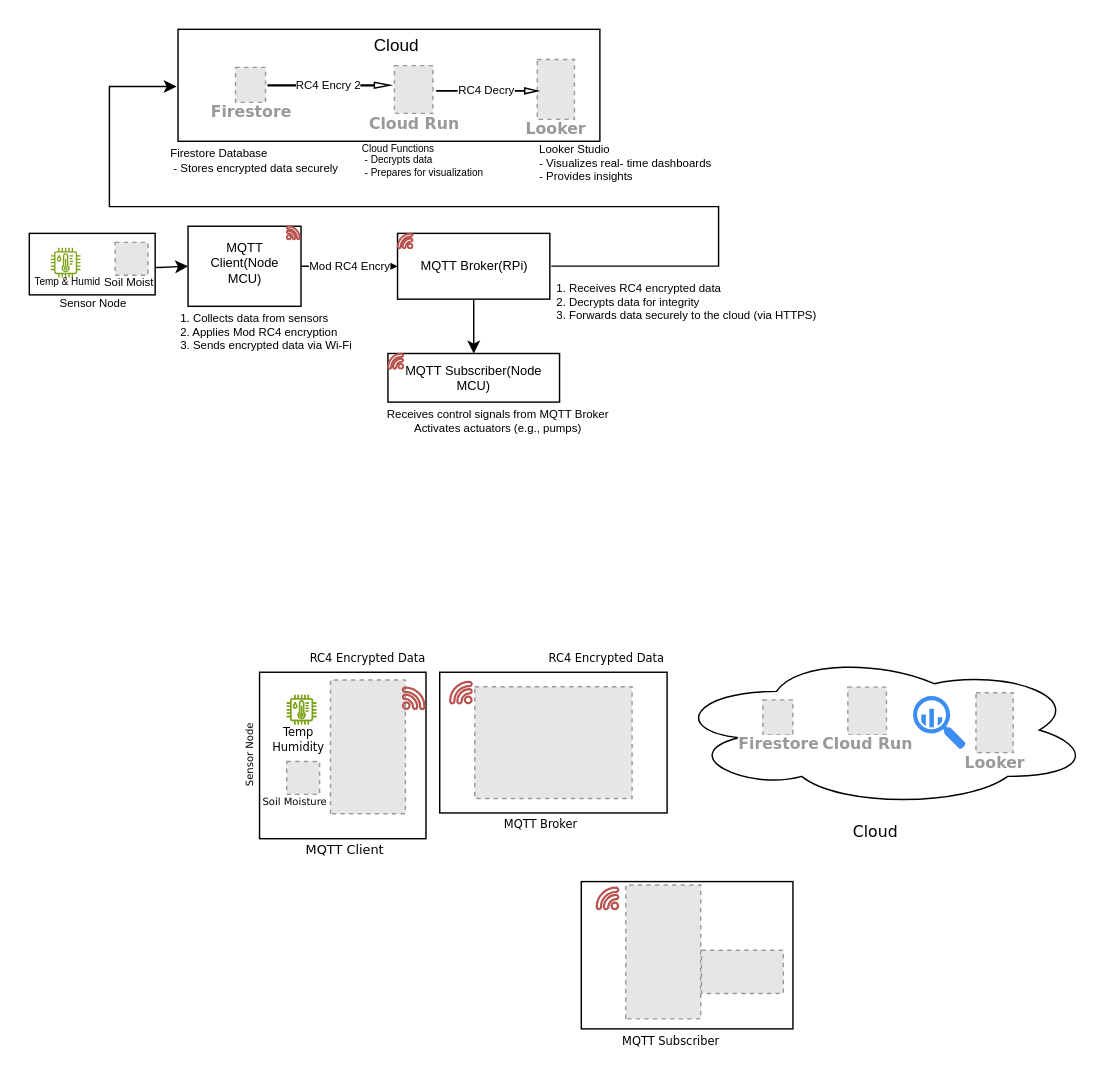
Before: docs/Agri_IoT_Architecture.drawio in vinodkumar1947/IoT_Agri, a draw.io diagram. Source tidied: cells renumbered, new cells numbered last; positions are measured from the earlier drawing's top-left corner, leaving out a move shared by most shapes. Both pictures are drawn from the tidied source at 143%, with x=0, y=0 at pixel (24, 24). Pictures stored in the file or linked from it are replaced by grey dashed boxes.
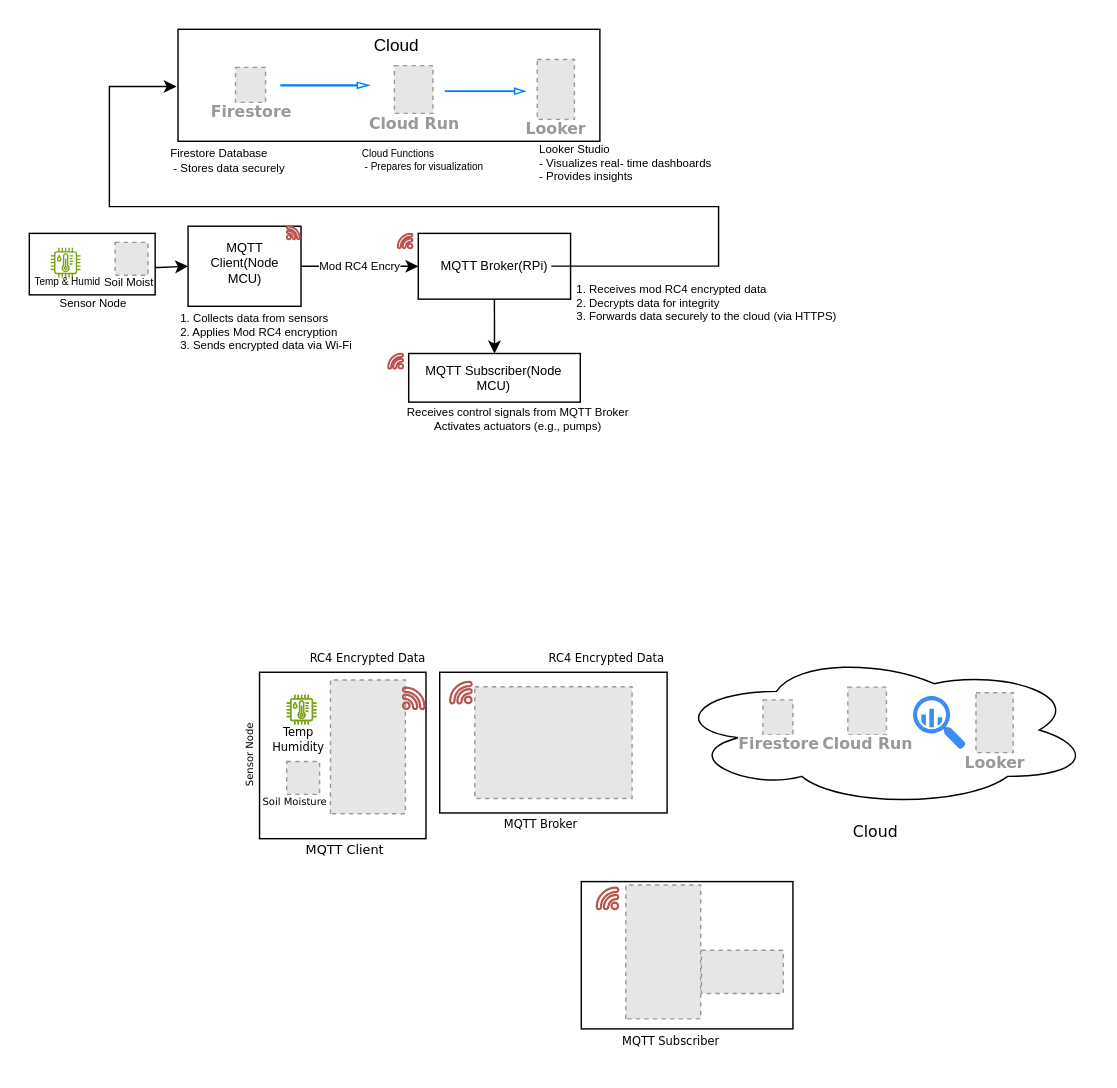
The same page after the edit.

What changed in the source:
```diff
@@
     <mxCell id="43" value="MQTT Broker(RPi)" style="rounded=0;whiteSpace=wrap;html=1;align=center;verticalAlign=middle;fontFamily=Helvetica;fontSize=9;fontColor=default;fillColor=none;gradientColor=none;" parent="1" vertex="1">
-      <mxGeometry x="260.5" y="145.7" width="106.5" height="46" as="geometry" />
+      <mxGeometry x="275" y="145.7" width="106.5" height="46" as="geometry" />
     </mxCell>
     <mxCell id="44" value="MQTT Subscriber(Node MCU)" style="rounded=0;whiteSpace=wrap;html=1;align=center;verticalAlign=middle;fontFamily=Helvetica;fontSize=9;fontColor=default;fillColor=none;gradientColor=none;" parent="1" vertex="1">
-      <mxGeometry x="253.8" y="229.7" width="120" height="34" as="geometry" />
+      <mxGeometry x="268.3" y="229.7" width="120" height="34" as="geometry" />
     </mxCell>
@@
-    <mxCell id="48" value="RC4 Encry 2" style="shape=singleArrow;whiteSpace=wrap;html=1;rounded=0;align=center;verticalAlign=middle;fontFamily=Helvetica;fontSize=8;fontColor=default;labelBackgroundColor=default;fillColor=none;gradientColor=none;arrowWidth=0.1252258248549967;arrowSize=0.12579185520361977;" parent="1" vertex="1">
-      <mxGeometry x="170" y="40.1" width="85" height="4.1" as="geometry" />
+    <mxCell id="48" style="shape=singleArrow;whiteSpace=wrap;html=1;rounded=0;align=center;verticalAlign=middle;fontFamily=Helvetica;fontSize=8;fontColor=default;labelBackgroundColor=default;fillColor=none;gradientColor=none;arrowWidth=0.1252258248549967;arrowSize=0.12579185520361977;strokeColor=light-dark(#007FFF,#FFFFFF);" parent="1" vertex="1">
+      <mxGeometry x="179" y="40.1" width="61" height="4.1" as="geometry" />
     </mxCell>
-    <mxCell id="49" value="RC4 Decry" style="shape=singleArrow;whiteSpace=wrap;html=1;rounded=0;align=center;verticalAlign=middle;fontFamily=Helvetica;fontSize=8;fontColor=default;labelBackgroundColor=default;fillColor=none;gradientColor=none;arrowWidth=0.08358974358974673;arrowSize=0.12471128263602403;" parent="1" vertex="1">
-      <mxGeometry x="288" y="44" width="70.2" height="4.1" as="geometry" />
+    <mxCell id="49" style="shape=singleArrow;whiteSpace=wrap;html=1;rounded=0;align=center;verticalAlign=middle;fontFamily=Helvetica;fontSize=8;fontColor=default;labelBackgroundColor=default;fillColor=none;gradientColor=none;arrowWidth=0.08358974358974673;arrowSize=0.12471128263602403;strokeColor=light-dark(#007FFF,#FFFFFF);" parent="1" vertex="1">
+      <mxGeometry x="294" y="44.2" width="55.2" height="4.1" as="geometry" />
     </mxCell>
@@
-    <mxCell id="52" value="1. Receives RC4 encrypted data&amp;nbsp;&lt;br&gt;2. Decrypts data for integrity&lt;br&gt;3. Forwards data securely to the cloud (via HTTPS)" style="text;html=1;align=left;verticalAlign=middle;whiteSpace=wrap;rounded=0;fontFamily=Helvetica;fontSize=8;fontColor=default;labelBackgroundColor=default;" parent="1" vertex="1">
-      <mxGeometry x="370" y="179" width="206" height="30" as="geometry" />
+    <mxCell id="52" value="1. Receives mod RC4 encrypted data&amp;nbsp;&lt;br&gt;2. Decrypts data for integrity&lt;br&gt;3. Forwards data securely to the cloud (via HTTPS)" style="text;html=1;align=left;verticalAlign=middle;whiteSpace=wrap;rounded=0;fontFamily=Helvetica;fontSize=8;fontColor=default;labelBackgroundColor=default;" parent="1" vertex="1">
+      <mxGeometry x="384.2" y="179.7" width="206" height="30" as="geometry" />
     </mxCell>
@@
-    <mxCell id="54" value="Firestore Database&#10;&amp;nbsp;- Stores encrypted data securely" style="text;html=1;align=left;verticalAlign=middle;whiteSpace=wrap;rounded=0;fontFamily=Helvetica;fontSize=8;fontColor=default;labelBackgroundColor=default;" parent="1" vertex="1">
+    <mxCell id="54" value="Firestore Database&lt;br&gt;&amp;nbsp;- Stores data securely" style="text;html=1;align=left;verticalAlign=middle;whiteSpace=wrap;rounded=0;fontFamily=Helvetica;fontSize=8;fontColor=default;labelBackgroundColor=default;" parent="1" vertex="1">
       <mxGeometry x="100" y="86.1" width="134" height="18.5" as="geometry" />
     </mxCell>
-    <mxCell id="55" value="Cloud Functions&#10;&amp;nbsp;- Decrypts data&#10;&amp;nbsp;- Prepares for visualization" style="text;html=1;align=left;verticalAlign=middle;whiteSpace=wrap;rounded=0;fontFamily=Helvetica;fontSize=7;fontColor=default;labelBackgroundColor=default;" parent="1" vertex="1">
+    <mxCell id="55" value="Cloud Functions&lt;br&gt;&amp;nbsp;- Prepares for visualization" style="text;html=1;align=left;verticalAlign=middle;whiteSpace=wrap;rounded=0;fontFamily=Helvetica;fontSize=7;fontColor=default;labelBackgroundColor=default;" parent="1" vertex="1">
       <mxGeometry x="234" y="80.3" width="101" height="30" as="geometry" />
     </mxCell>
@@
     <mxCell id="57" value="Receives control signals from MQTT Broker&#10;Activates actuators (e.g., pumps)" style="text;html=1;align=center;verticalAlign=middle;whiteSpace=wrap;rounded=0;fontFamily=Helvetica;fontSize=8;fontColor=default;labelBackgroundColor=default;" parent="1" vertex="1">
-      <mxGeometry x="240" y="255" width="182.2" height="44" as="geometry" />
+      <mxGeometry x="253.8" y="254" width="182.2" height="44" as="geometry" />
     </mxCell>
```
